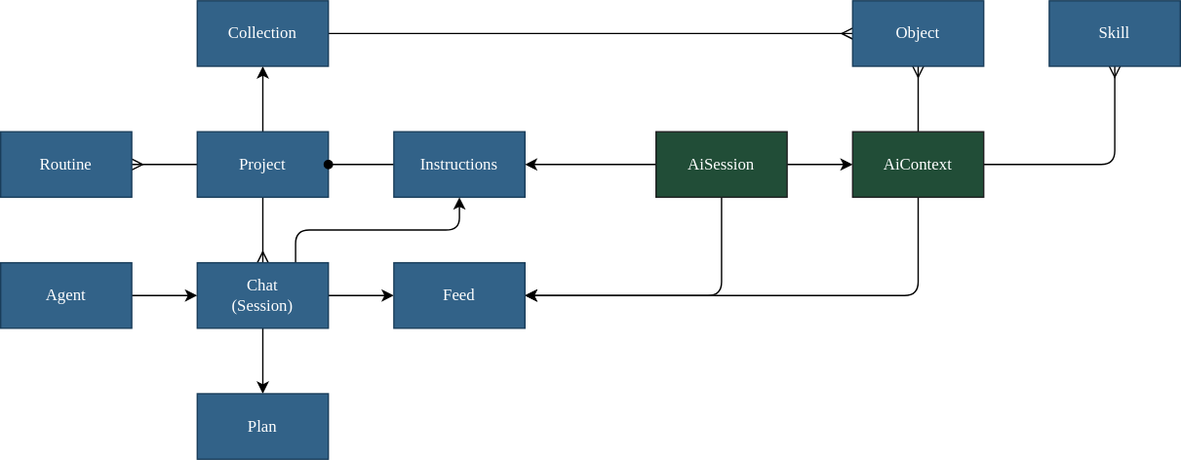
Earlier version of the draw.io export packages/core/compute/assistant/docs/project.drawio.svg (dxos/dxos). Source tidied: cells renumbered, new cells last; positions are measured from the earlier drawing's top-left corner, leaving out a move shared by most shapes.
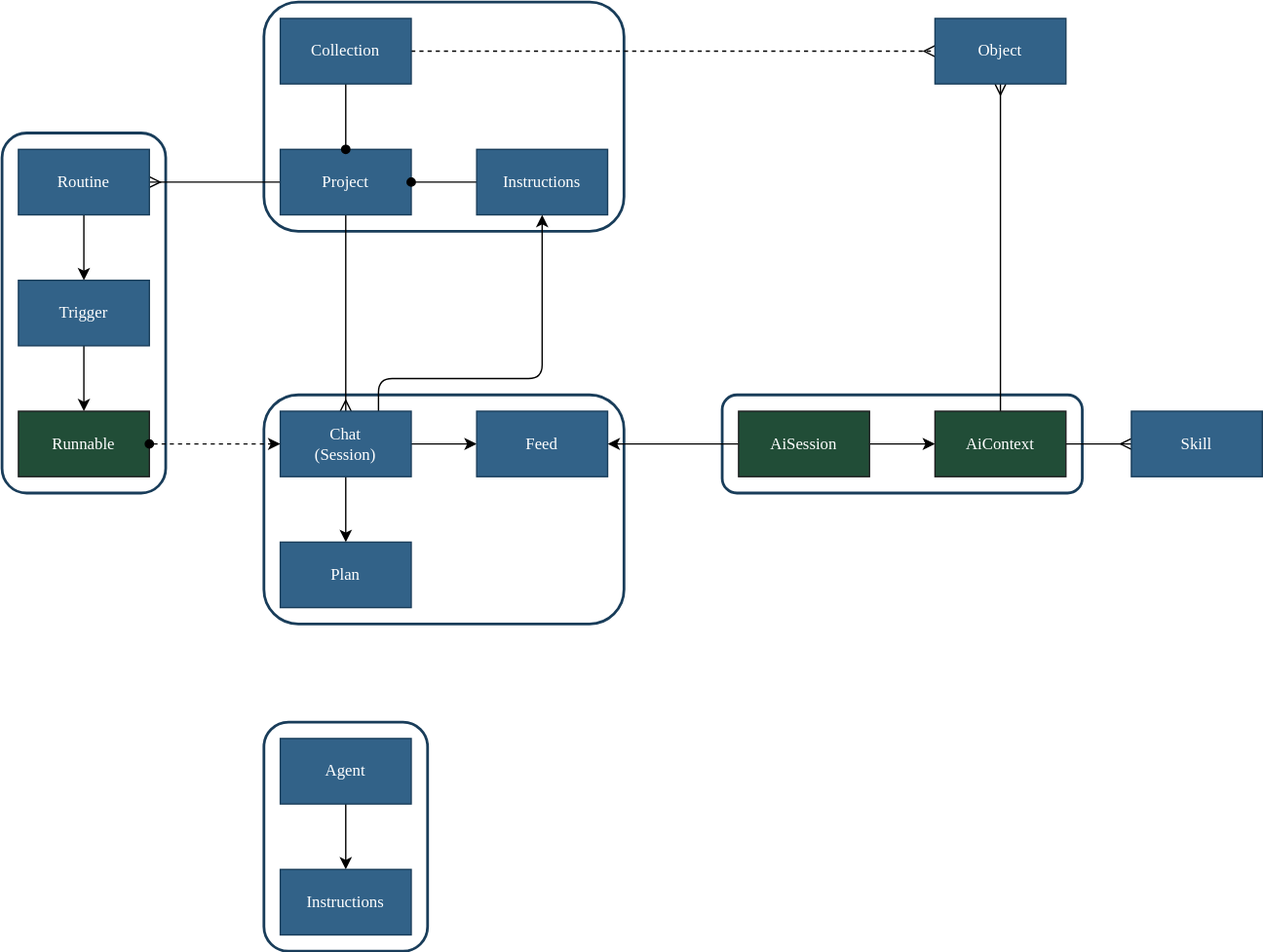
After the change.

The edit, as a diff of the source:
```diff
@@ -2,23 +2,38 @@
   <root>
     <mxCell id="0" />
     <mxCell id="1" parent="0" />
+    <mxCell id="29" style="rounded=1;whiteSpace=wrap;html=1;fillColor=none;fontColor=#FFFFFF;strokeColor=#193D5A;fontFamily=Space Grotesk;strokeWidth=2;" parent="1" vertex="1">
+      <mxGeometry x="132" y="420" width="120" height="168" as="geometry" />
+    </mxCell>
+    <mxCell id="30" style="rounded=1;whiteSpace=wrap;html=1;fillColor=none;fontColor=#FFFFFF;strokeColor=#193D5A;fontFamily=Space Grotesk;strokeWidth=2;" parent="1" vertex="1">
+      <mxGeometry x="468" y="180" width="264" height="72" as="geometry" />
+    </mxCell>
+    <mxCell id="31" style="rounded=1;whiteSpace=wrap;html=1;fillColor=none;fontColor=#FFFFFF;strokeColor=#193D5A;fontFamily=Space Grotesk;strokeWidth=2;" parent="1" vertex="1">
+      <mxGeometry x="132" y="-108" width="264" height="168" as="geometry" />
+    </mxCell>
+    <mxCell id="32" style="rounded=1;whiteSpace=wrap;html=1;fillColor=none;fontColor=#FFFFFF;strokeColor=#193D5A;fontFamily=Space Grotesk;strokeWidth=2;" parent="1" vertex="1">
+      <mxGeometry x="132" y="180" width="264" height="168" as="geometry" />
+    </mxCell>
+    <mxCell id="33" style="rounded=1;whiteSpace=wrap;html=1;fillColor=none;fontColor=#FFFFFF;strokeColor=#193D5A;fontFamily=Space Grotesk;strokeWidth=2;" parent="1" vertex="1">
+      <mxGeometry x="-60" y="-12" width="120" height="264" as="geometry" />
+    </mxCell>
     <mxCell id="2" style="edgeStyle=none;html=1;exitX=0.5;exitY=1;exitDx=0;exitDy=0;endArrow=ERmany;endFill=0;fontFamily=Space Grotesk;" parent="1" edge="1" source="5" target="11">
       <mxGeometry relative="1" as="geometry" />
     </mxCell>
     <mxCell id="3" style="edgeStyle=none;html=1;fontFamily=Space Grotesk;startArrow=none;startFill=0;endArrow=ERmany;endFill=0;" parent="1" edge="1" source="5" target="24">
       <mxGeometry relative="1" as="geometry" />
     </mxCell>
+    <mxCell id="5" value="Project" style="rounded=0;whiteSpace=wrap;html=1;fillColor=#326288;fontColor=#FFFFFF;strokeColor=#193D5A;fontFamily=Space Grotesk;" parent="1" vertex="1">
+      <mxGeometry x="144" width="96" height="48" as="geometry" />
+    </mxCell>
-    <mxCell id="4" style="edgeStyle=none;html=1;exitX=0.5;exitY=0;exitDx=0;exitDy=0;fontFamily=Space Grotesk;startArrow=none;startFill=0;endArrow=classic;endFill=1;" parent="1" edge="1" source="5" target="26">
+    <mxCell id="4" style="edgeStyle=none;html=1;exitX=0.5;exitY=0;exitDx=0;exitDy=0;fontFamily=Space Grotesk;startArrow=oval;startFill=1;endArrow=none;endFill=0;" parent="1" edge="1" source="5" target="26">
       <mxGeometry relative="1" as="geometry" />
     </mxCell>
-    <mxCell id="5" value="Project" style="rounded=0;whiteSpace=wrap;html=1;fillColor=#326288;fontColor=#FFFFFF;strokeColor=#193D5A;fontFamily=Space Grotesk;" parent="1" vertex="1">
-      <mxGeometry x="144" y="96" width="96" height="48" as="geometry" />
-    </mxCell>
     <mxCell id="6" style="edgeStyle=none;html=1;exitX=1;exitY=0.5;exitDx=0;exitDy=0;endArrow=none;endFill=0;startArrow=oval;startFill=1;fontFamily=Space Grotesk;" parent="1" edge="1" source="5" target="7">
       <mxGeometry relative="1" as="geometry" />
     </mxCell>
     <mxCell id="7" value="Instructions" style="rounded=0;whiteSpace=wrap;html=1;fillColor=#326288;fontColor=#FFFFFF;strokeColor=#193D5A;fontFamily=Space Grotesk;" parent="1" vertex="1">
-      <mxGeometry x="288" y="96" width="96" height="48" as="geometry" />
+      <mxGeometry x="288" width="96" height="48" as="geometry" />
     </mxCell>
     <mxCell id="8" style="edgeStyle=none;html=1;exitX=0.75;exitY=0;exitDx=0;exitDy=0;endArrow=classic;endFill=1;fontFamily=Space Grotesk;" parent="1" edge="1" source="11" target="7">
       <mxGeometry relative="1" as="geometry">
@@ -40,65 +55,65 @@
     <mxCell id="12" value="Plan" style="rounded=0;whiteSpace=wrap;html=1;fillColor=#326288;fontColor=#FFFFFF;strokeColor=#193D5A;fontFamily=Space Grotesk;" parent="1" vertex="1">
       <mxGeometry x="144" y="288" width="96" height="48" as="geometry" />
     </mxCell>
-    <mxCell id="13" style="edgeStyle=none;html=1;exitX=1;exitY=0.5;exitDx=0;exitDy=0;fontFamily=Space Grotesk;startArrow=none;startFill=0;endArrow=classic;endFill=1;" parent="1" edge="1" source="14" target="11">
-      <mxGeometry relative="1" as="geometry" />
-    </mxCell>
+    <mxCell id="34" style="edgeStyle=none;html=1;exitX=0.5;exitY=1;exitDx=0;exitDy=0;" parent="1" edge="1" source="14" target="36">
+      <mxGeometry relative="1" as="geometry" />
+    </mxCell>
     <mxCell id="14" value="Agent" style="rounded=0;whiteSpace=wrap;html=1;fillColor=#326288;fontColor=#FFFFFF;strokeColor=#193D5A;fontFamily=Space Grotesk;" parent="1" vertex="1">
-      <mxGeometry y="192" width="96" height="48" as="geometry" />
+      <mxGeometry x="144" y="432" width="96" height="48" as="geometry" />
     </mxCell>
     <mxCell id="15" style="edgeStyle=none;html=1;exitX=1;exitY=0.5;exitDx=0;exitDy=0;fontFamily=Space Grotesk;startArrow=none;startFill=0;endArrow=classic;endFill=1;" parent="1" edge="1" source="18" target="22">
       <mxGeometry relative="1" as="geometry" />
     </mxCell>
-    <mxCell id="16" style="edgeStyle=none;html=1;exitX=0;exitY=0.5;exitDx=0;exitDy=0;fontFamily=Space Grotesk;startArrow=none;startFill=0;endArrow=classic;endFill=1;" parent="1" edge="1" source="18" target="7">
-      <mxGeometry relative="1" as="geometry" />
-    </mxCell>
-    <mxCell id="17" style="edgeStyle=none;html=1;exitX=0.5;exitY=1;exitDx=0;exitDy=0;fontFamily=Space Grotesk;startArrow=none;startFill=0;endArrow=classic;endFill=1;" parent="1" edge="1" source="18" target="23">
-      <mxGeometry relative="1" as="geometry">
-        <Array as="points">
-          <mxPoint x="528" y="216" />
-        </Array>
-      </mxGeometry>
+    <mxCell id="17" style="edgeStyle=none;html=1;fontFamily=Space Grotesk;startArrow=none;startFill=0;endArrow=classic;endFill=1;" parent="1" edge="1" source="18" target="23">
+      <mxGeometry relative="1" as="geometry" />
     </mxCell>
     <mxCell id="18" value="AiSession" style="rounded=0;whiteSpace=wrap;html=1;fillColor=#214D37;fontColor=#FFFFFF;strokeColor=#1E1F20;fontFamily=Space Grotesk;" parent="1" vertex="1">
-      <mxGeometry x="480" y="96" width="96" height="48" as="geometry" />
+      <mxGeometry x="480" y="192" width="96" height="48" as="geometry" />
     </mxCell>
     <mxCell id="19" style="edgeStyle=none;html=1;fontFamily=Space Grotesk;startArrow=none;startFill=0;endArrow=ERmany;endFill=0;" parent="1" edge="1" source="22" target="28">
-      <mxGeometry relative="1" as="geometry">
-        <Array as="points">
-          <mxPoint x="816" y="120" />
-        </Array>
-      </mxGeometry>
+      <mxGeometry relative="1" as="geometry" />
     </mxCell>
     <mxCell id="20" style="edgeStyle=none;html=1;exitX=0.5;exitY=0;exitDx=0;exitDy=0;fontFamily=Space Grotesk;startArrow=none;startFill=0;endArrow=ERmany;endFill=0;" parent="1" edge="1" source="22" target="27">
       <mxGeometry relative="1" as="geometry" />
     </mxCell>
-    <mxCell id="21" style="edgeStyle=none;html=1;exitX=0.5;exitY=1;exitDx=0;exitDy=0;entryX=1;entryY=0.5;entryDx=0;entryDy=0;fontFamily=Space Grotesk;startArrow=none;startFill=0;endArrow=classic;endFill=1;" parent="1" edge="1" source="22" target="23">
-      <mxGeometry relative="1" as="geometry">
-        <Array as="points">
-          <mxPoint x="672" y="216" />
-        </Array>
-      </mxGeometry>
-    </mxCell>
     <mxCell id="22" value="AiContext" style="rounded=0;whiteSpace=wrap;html=1;fillColor=#214D37;fontColor=#FFFFFF;strokeColor=#1E1F20;fontFamily=Space Grotesk;" parent="1" vertex="1">
-      <mxGeometry x="624" y="96" width="96" height="48" as="geometry" />
+      <mxGeometry x="624" y="192" width="96" height="48" as="geometry" />
     </mxCell>
     <mxCell id="23" value="Feed" style="rounded=0;whiteSpace=wrap;html=1;fillColor=#326288;fontColor=#FFFFFF;strokeColor=#193D5A;fontFamily=Space Grotesk;" parent="1" vertex="1">
       <mxGeometry x="288" y="192" width="96" height="48" as="geometry" />
     </mxCell>
+    <mxCell id="35" style="edgeStyle=none;html=1;exitX=0.5;exitY=1;exitDx=0;exitDy=0;" parent="1" edge="1" source="24" target="38">
+      <mxGeometry relative="1" as="geometry" />
+    </mxCell>
     <mxCell id="24" value="Routine" style="rounded=0;whiteSpace=wrap;html=1;fillColor=#326288;fontColor=#FFFFFF;strokeColor=#193D5A;fontFamily=Space Grotesk;" parent="1" vertex="1">
-      <mxGeometry y="96" width="96" height="48" as="geometry" />
+      <mxGeometry x="-48" width="96" height="48" as="geometry" />
     </mxCell>
-    <mxCell id="25" style="edgeStyle=none;html=1;exitX=1;exitY=0.5;exitDx=0;exitDy=0;fontFamily=Space Grotesk;startArrow=none;startFill=0;endArrow=ERmany;endFill=0;" parent="1" edge="1" source="26" target="27">
+    <mxCell id="25" style="edgeStyle=none;html=1;exitX=1;exitY=0.5;exitDx=0;exitDy=0;fontFamily=Space Grotesk;startArrow=none;startFill=0;endArrow=ERmany;endFill=0;dashed=1;" parent="1" edge="1" source="26" target="27">
       <mxGeometry relative="1" as="geometry" />
     </mxCell>
     <mxCell id="26" value="Collection" style="rounded=0;whiteSpace=wrap;html=1;fillColor=#326288;fontColor=#FFFFFF;strokeColor=#193D5A;fontFamily=Space Grotesk;" parent="1" vertex="1">
-      <mxGeometry x="144" width="96" height="48" as="geometry" />
+      <mxGeometry x="144" y="-96" width="96" height="48" as="geometry" />
     </mxCell>
     <mxCell id="27" value="Object" style="rounded=0;whiteSpace=wrap;html=1;fillColor=#326288;fontColor=#FFFFFF;strokeColor=#193D5A;fontFamily=Space Grotesk;" parent="1" vertex="1">
-      <mxGeometry x="624" width="96" height="48" as="geometry" />
+      <mxGeometry x="624" y="-96" width="96" height="48" as="geometry" />
     </mxCell>
     <mxCell id="28" value="Skill" style="rounded=0;whiteSpace=wrap;html=1;fillColor=#326288;fontColor=#FFFFFF;strokeColor=#193D5A;fontFamily=Space Grotesk;" parent="1" vertex="1">
-      <mxGeometry x="768" width="96" height="48" as="geometry" />
+      <mxGeometry x="768" y="192" width="96" height="48" as="geometry" />
     </mxCell>
+    <mxCell id="36" value="Instructions" style="rounded=0;whiteSpace=wrap;html=1;fillColor=#326288;fontColor=#FFFFFF;strokeColor=#193D5A;fontFamily=Space Grotesk;" parent="1" vertex="1">
+      <mxGeometry x="144" y="528" width="96" height="48" as="geometry" />
+    </mxCell>
+    <mxCell id="37" style="edgeStyle=none;html=1;exitX=0.5;exitY=1;exitDx=0;exitDy=0;" parent="1" edge="1" source="38" target="39">
+      <mxGeometry relative="1" as="geometry" />
+    </mxCell>
+    <mxCell id="38" value="Trigger" style="rounded=0;whiteSpace=wrap;html=1;fillColor=#326288;fontColor=#FFFFFF;strokeColor=#193D5A;fontFamily=Space Grotesk;" parent="1" vertex="1">
+      <mxGeometry x="-48" y="96" width="96" height="48" as="geometry" />
+    </mxCell>
+    <mxCell id="39" value="Runnable" style="rounded=0;whiteSpace=wrap;html=1;fillColor=#214D37;fontColor=#FFFFFF;strokeColor=#1E1F20;fontFamily=Space Grotesk;" parent="1" vertex="1">
+      <mxGeometry x="-48" y="192" width="96" height="48" as="geometry" />
+    </mxCell>
+    <mxCell id="40" style="edgeStyle=none;html=1;exitX=1;exitY=0.5;exitDx=0;exitDy=0;dashed=1;startArrow=oval;startFill=1;endArrow=classic;endFill=1;entryX=0;entryY=0.5;entryDx=0;entryDy=0;" parent="1" edge="1" source="39" target="11">
+      <mxGeometry relative="1" as="geometry" />
+    </mxCell>
   </root>
 </mxGraphModel>
```
